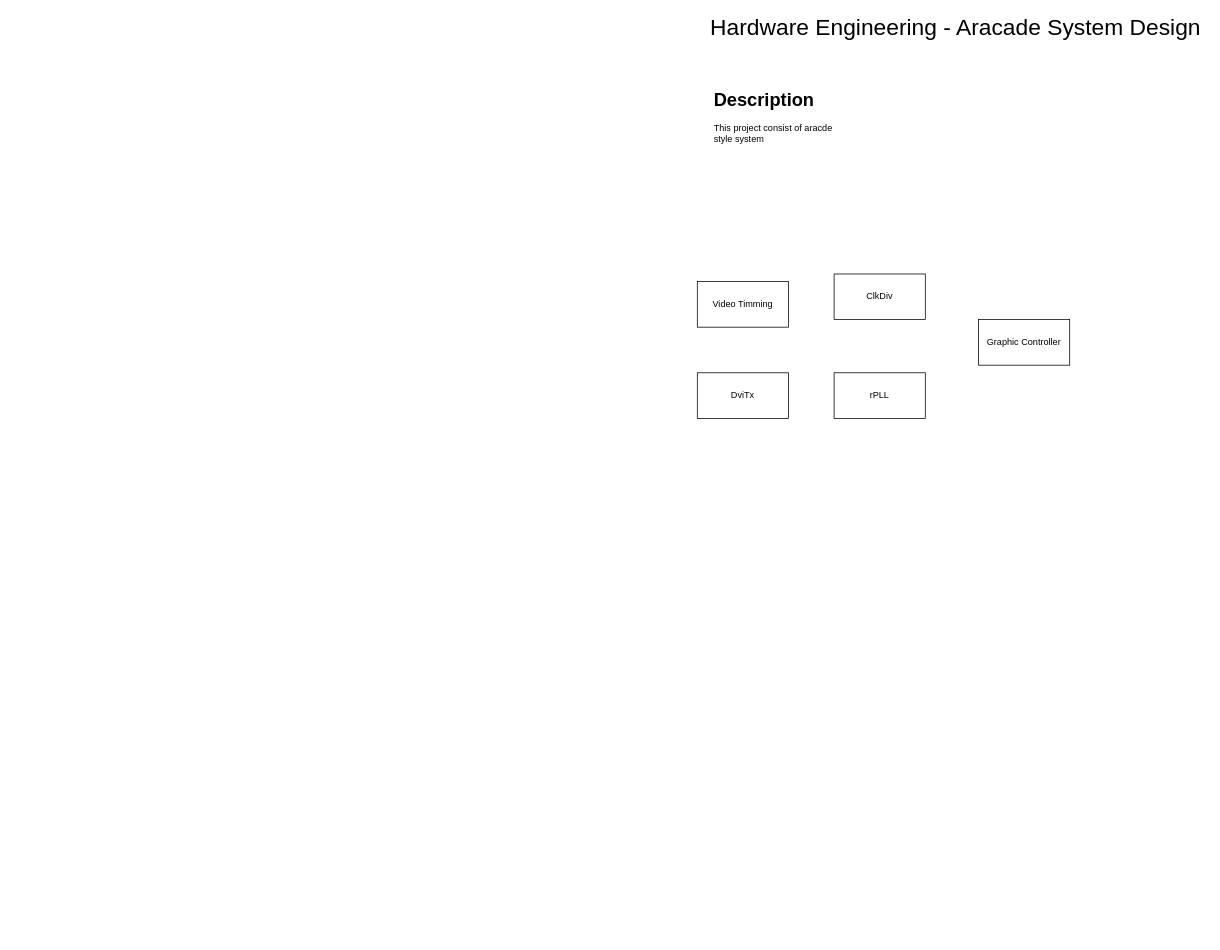
Earlier version of the draw.io diagram Arcade.drawio (brilliantnarlo/system-design-os). Source tidied: cells renumbered, new cells numbered last; positions are measured from the earlier drawing's top-left corner, leaving out a move shared by most shapes. Both pictures are drawn from the tidied source at 76%, with x=0, y=0 at pixel (697, 15).
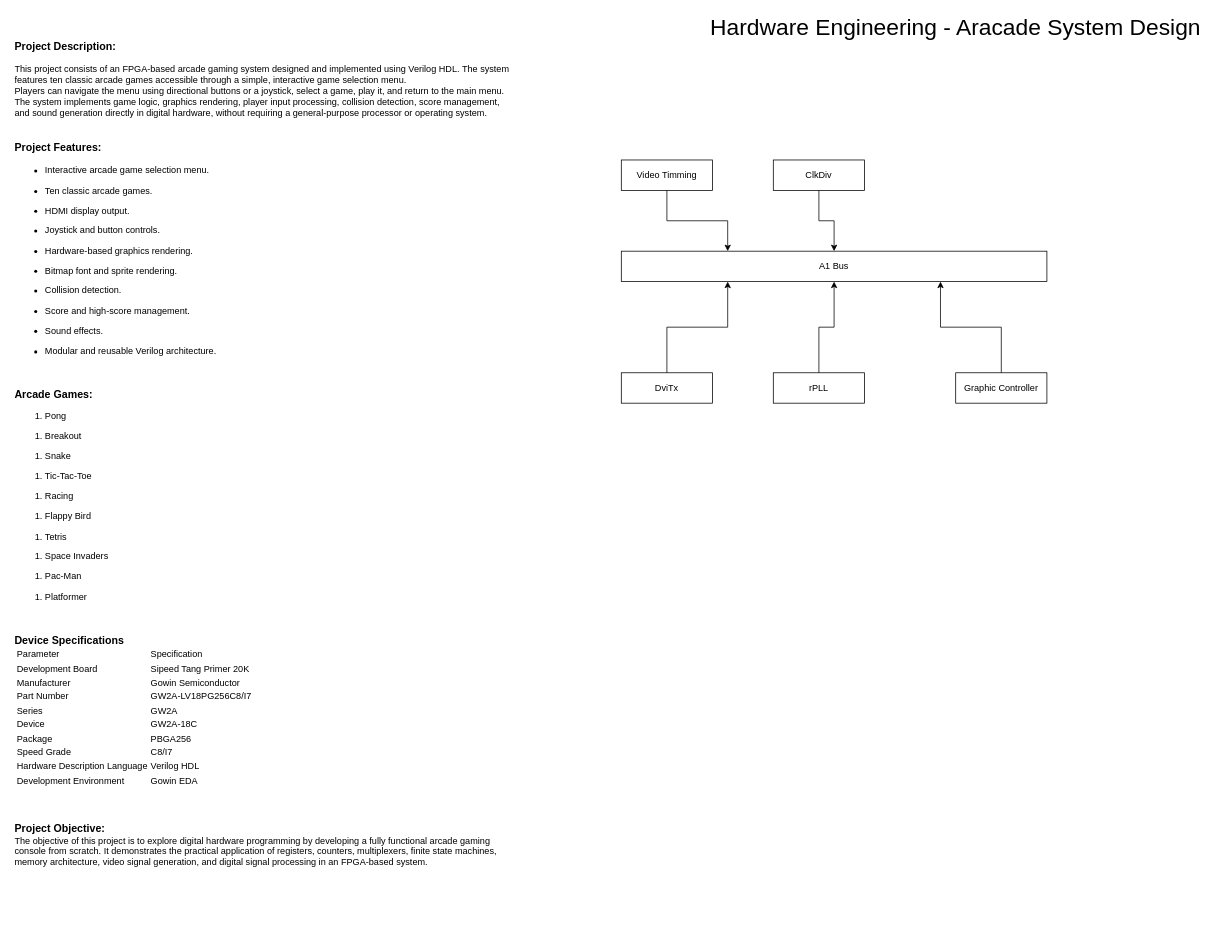
The same page after the edit.

The edit, as a diff of the source:
```diff
@@
 <mxGraphModel>
   <root>
     <mxCell id="0" />
     <mxCell id="1" parent="0" />
     <mxCell id="2" value="Hardware Engineering - Aracade System Design" style="text;html=1;whiteSpace=wrap;strokeColor=none;fillColor=none;align=center;verticalAlign=middle;rounded=0;fontSize=30;" parent="1" vertex="1">
       <mxGeometry x="10" width="660" height="30" as="geometry" />
     </mxCell>
-    <mxCell id="3" value="&lt;h1 style=&quot;margin-top: 0px;&quot;&gt;Description&lt;/h1&gt;&lt;p&gt;This project consist of aracde style system&lt;/p&gt;" style="text;html=1;whiteSpace=wrap;overflow=hidden;rounded=0;" parent="1" vertex="1">
-      <mxGeometry x="20" y="90" width="180" height="120" as="geometry" />
+    <mxCell id="3" value="&lt;h1 style=&quot;margin-top: 0px;&quot;&gt;&lt;/h1&gt;&lt;h3 style=&quot;margin-top: 0px;&quot;&gt;&lt;font face=&quot;Helvetica&quot;&gt;Project Description:&lt;/font&gt;&lt;/h3&gt;&lt;h4 style=&quot;margin-top: 0px;&quot;&gt;&lt;span style=&quot;font-weight: normal;&quot;&gt;&lt;font style=&quot;font-size: 12px;&quot; face=&quot;Helvetica&quot;&gt;This project consists of an FPGA-based arcade gaming system designed and implemented using Verilog HDL. The system features ten classic arcade games accessible through a simple, interactive game selection menu.&lt;br&gt;&lt;/font&gt;&lt;font style=&quot;font-size: 12px;&quot; face=&quot;Helvetica&quot;&gt;Players can navigate the menu using directional buttons or a joystick, select a game, play it, and return to the main menu.&lt;br&gt;&lt;/font&gt;&lt;font style=&quot;font-size: 12px;&quot; face=&quot;Helvetica&quot;&gt;The system implements game logic, graphics rendering, player input processing, collision detection, score management, and sound generation directly in digital hardware, without requiring a general-purpose processor or operating system.&lt;br&gt;&lt;/font&gt;&lt;font style=&quot;font-size: 12px;&quot; face=&quot;Helvetica&quot;&gt;&lt;br&gt;&lt;/font&gt;&lt;/span&gt;&lt;/h4&gt;&lt;h4 style=&quot;margin-top: 0px;&quot;&gt;&lt;/h4&gt;&lt;h3&gt;&lt;font style=&quot;font-size: 14px;&quot; face=&quot;Helvetica&quot;&gt;Project Features:&lt;/font&gt;&lt;/h3&gt;&lt;ul&gt;&lt;li&gt;&lt;font style=&quot;font-size: 12px; font-weight: normal;&quot; face=&quot;Helvetica&quot;&gt;Interactive arcade game selection menu.&lt;/font&gt;&lt;/li&gt;&lt;/ul&gt;&lt;ul&gt;&lt;li&gt;&lt;font style=&quot;font-size: 12px; font-weight: normal;&quot; face=&quot;Helvetica&quot;&gt;Ten classic arcade games.&lt;/font&gt;&lt;/li&gt;&lt;/ul&gt;&lt;ul&gt;&lt;li&gt;&lt;font style=&quot;font-size: 12px; font-weight: normal;&quot; face=&quot;Helvetica&quot;&gt;HDMI display output.&lt;/font&gt;&lt;/li&gt;&lt;/ul&gt;&lt;ul&gt;&lt;li&gt;&lt;font style=&quot;font-size: 12px; font-weight: normal;&quot; face=&quot;Helvetica&quot;&gt;Joystick and button controls.&lt;/font&gt;&lt;/li&gt;&lt;/ul&gt;&lt;ul&gt;&lt;li&gt;&lt;font style=&quot;font-size: 12px; font-weight: normal;&quot; face=&quot;Helvetica&quot;&gt;Hardware-based graphics rendering.&lt;/font&gt;&lt;/li&gt;&lt;/ul&gt;&lt;ul&gt;&lt;li&gt;&lt;font style=&quot;font-size: 12px; font-weight: normal;&quot; face=&quot;Helvetica&quot;&gt;Bitmap font and sprite rendering.&lt;/font&gt;&lt;/li&gt;&lt;/ul&gt;&lt;ul&gt;&lt;li&gt;&lt;font style=&quot;font-size: 12px; font-weight: normal;&quot; face=&quot;Helvetica&quot;&gt;Collision detection.&lt;/font&gt;&lt;/li&gt;&lt;/ul&gt;&lt;ul&gt;&lt;li&gt;&lt;font style=&quot;font-size: 12px; font-weight: normal;&quot; face=&quot;Helvetica&quot;&gt;Score and high-score management.&lt;/font&gt;&lt;/li&gt;&lt;/ul&gt;&lt;ul&gt;&lt;li&gt;&lt;font style=&quot;font-size: 12px; font-weight: normal;&quot; face=&quot;Helvetica&quot;&gt;Sound effects.&lt;/font&gt;&lt;/li&gt;&lt;/ul&gt;&lt;ul&gt;&lt;li&gt;&lt;font style=&quot;font-size: 12px; font-weight: normal;&quot; face=&quot;Helvetica&quot;&gt;Modular and reusable Verilog architecture.&lt;/font&gt;&lt;/li&gt;&lt;/ul&gt;&lt;font style=&quot;&quot; face=&quot;Helvetica&quot;&gt;&lt;h4 style=&quot;font-weight: normal; font-size: 12px; margin-top: 0px;&quot;&gt;&lt;font style=&quot;font-size: 12px; font-weight: normal;&quot; face=&quot;Helvetica&quot;&gt;&lt;br&gt;&lt;/font&gt;&lt;/h4&gt;&lt;font style=&quot;font-size: 14px;&quot;&gt;&lt;b&gt;Arcade Games:&lt;/b&gt;&lt;/font&gt;&lt;/font&gt;&lt;ol start=&quot;1&quot;&gt;&lt;li&gt;&lt;font style=&quot;font-size: 12px; font-weight: normal;&quot; face=&quot;Helvetica&quot;&gt;Pong&lt;/font&gt;&lt;/li&gt;&lt;/ol&gt;&lt;ol start=&quot;1&quot;&gt;&lt;li&gt;&lt;font style=&quot;font-size: 12px; font-weight: normal;&quot; face=&quot;Helvetica&quot;&gt;Breakout&lt;/font&gt;&lt;/li&gt;&lt;/ol&gt;&lt;ol start=&quot;1&quot;&gt;&lt;li&gt;&lt;font style=&quot;font-size: 12px; font-weight: normal;&quot; face=&quot;Helvetica&quot;&gt;Snake&lt;/font&gt;&lt;/li&gt;&lt;/ol&gt;&lt;ol start=&quot;1&quot;&gt;&lt;li&gt;&lt;font style=&quot;font-size: 12px; font-weight: normal;&quot; face=&quot;Helvetica&quot;&gt;Tic-Tac-Toe&lt;/font&gt;&lt;/li&gt;&lt;/ol&gt;&lt;ol start=&quot;1&quot;&gt;&lt;li&gt;&lt;font style=&quot;font-size: 12px; font-weight: normal;&quot; face=&quot;Helvetica&quot;&gt;Racing&lt;/font&gt;&lt;/li&gt;&lt;/ol&gt;&lt;ol start=&quot;1&quot;&gt;&lt;li&gt;&lt;font style=&quot;font-size: 12px; font-weight: normal;&quot; face=&quot;Helvetica&quot;&gt;Flappy Bird&lt;/font&gt;&lt;/li&gt;&lt;/ol&gt;&lt;ol start=&quot;1&quot;&gt;&lt;li&gt;&lt;font style=&quot;font-size: 12px; font-weight: normal;&quot; face=&quot;Helvetica&quot;&gt;Tetris&lt;/font&gt;&lt;/li&gt;&lt;/ol&gt;&lt;ol start=&quot;1&quot;&gt;&lt;li&gt;&lt;font style=&quot;font-size: 12px; font-weight: normal;&quot; face=&quot;Helvetica&quot;&gt;Space Invaders&lt;/font&gt;&lt;/li&gt;&lt;/ol&gt;&lt;ol start=&quot;1&quot;&gt;&lt;li&gt;&lt;font style=&quot;font-size: 12px; font-weight: normal;&quot; face=&quot;Helvetica&quot;&gt;Pac-Man&lt;/font&gt;&lt;/li&gt;&lt;/ol&gt;&lt;ol start=&quot;1&quot;&gt;&lt;li&gt;&lt;font style=&quot;font-size: 12px; font-weight: normal;&quot; face=&quot;Helvetica&quot;&gt;Platformer&lt;/font&gt;&lt;/li&gt;&lt;/ol&gt;&lt;font style=&quot;&quot; face=&quot;Helvetica&quot;&gt;&lt;h4 style=&quot;font-size: 12px; font-weight: normal; margin-top: 0px;&quot;&gt;&lt;font style=&quot;font-size: 12px; font-weight: normal;&quot; face=&quot;Helvetica&quot;&gt;&lt;br&gt;&lt;/font&gt;&lt;/h4&gt;&lt;b style=&quot;&quot;&gt;&lt;font style=&quot;font-size: 14px;&quot;&gt;Device Specifications&lt;/font&gt;&lt;/b&gt;&lt;/font&gt;&lt;table&gt;&lt;thead&gt;&lt;tr&gt;&lt;th&gt;&lt;font style=&quot;font-size: 12px; font-weight: normal;&quot; face=&quot;Helvetica&quot;&gt;Parameter&lt;/font&gt;&lt;/th&gt;&lt;th&gt;&lt;font style=&quot;font-size: 12px; font-weight: normal;&quot; face=&quot;Helvetica&quot;&gt;Specification&lt;/font&gt;&lt;/th&gt;&lt;/tr&gt;&lt;/thead&gt;&lt;tbody&gt;&lt;tr&gt;&lt;td&gt;&lt;font style=&quot;font-size: 12px; font-weight: normal;&quot; face=&quot;Helvetica&quot;&gt;Development Board&lt;/font&gt;&lt;/td&gt;&lt;td&gt;&lt;font style=&quot;font-size: 12px; font-weight: normal;&quot; face=&quot;Helvetica&quot;&gt;Sipeed Tang Primer 20K&lt;/font&gt;&lt;/td&gt;&lt;/tr&gt;&lt;tr&gt;&lt;td&gt;&lt;font style=&quot;font-size: 12px; font-weight: normal;&quot; face=&quot;Helvetica&quot;&gt;Manufacturer&lt;/font&gt;&lt;/td&gt;&lt;td&gt;&lt;font style=&quot;font-size: 12px; font-weight: normal;&quot; face=&quot;Helvetica&quot;&gt;Gowin Semiconductor&lt;/font&gt;&lt;/td&gt;&lt;/tr&gt;&lt;tr&gt;&lt;td&gt;&lt;font style=&quot;font-size: 12px; font-weight: normal;&quot; face=&quot;Helvetica&quot;&gt;Part Number&lt;/font&gt;&lt;/td&gt;&lt;td&gt;&lt;font style=&quot;font-size: 12px; font-weight: normal;&quot; face=&quot;Helvetica&quot;&gt;GW2A-LV18PG256C8/I7&lt;/font&gt;&lt;/td&gt;&lt;/tr&gt;&lt;tr&gt;&lt;td&gt;&lt;font style=&quot;font-size: 12px; font-weight: normal;&quot; face=&quot;Helvetica&quot;&gt;Series&lt;/font&gt;&lt;/td&gt;&lt;td&gt;&lt;font style=&quot;font-size: 12px; font-weight: normal;&quot; face=&quot;Helvetica&quot;&gt;GW2A&lt;/font&gt;&lt;/td&gt;&lt;/tr&gt;&lt;tr&gt;&lt;td&gt;&lt;font style=&quot;font-size: 12px; font-weight: normal;&quot; face=&quot;Helvetica&quot;&gt;Device&lt;/font&gt;&lt;/td&gt;&lt;td&gt;&lt;font style=&quot;font-size: 12px; font-weight: normal;&quot; face=&quot;Helvetica&quot;&gt;GW2A-18C&lt;/font&gt;&lt;/td&gt;&lt;/tr&gt;&lt;tr&gt;&lt;td&gt;&lt;font style=&quot;font-size: 12px; font-weight: normal;&quot; face=&quot;Helvetica&quot;&gt;Package&lt;/font&gt;&lt;/td&gt;&lt;td&gt;&lt;font style=&quot;font-size: 12px; font-weight: normal;&quot; face=&quot;Helvetica&quot;&gt;PBGA256&lt;/font&gt;&lt;/td&gt;&lt;/tr&gt;&lt;tr&gt;&lt;td&gt;&lt;font style=&quot;font-size: 12px; font-weight: normal;&quot; face=&quot;Helvetica&quot;&gt;Speed Grade&lt;/font&gt;&lt;/td&gt;&lt;td&gt;&lt;font style=&quot;font-size: 12px; font-weight: normal;&quot; face=&quot;Helvetica&quot;&gt;C8/I7&lt;/font&gt;&lt;/td&gt;&lt;/tr&gt;&lt;tr&gt;&lt;td&gt;&lt;font style=&quot;font-size: 12px; font-weight: normal;&quot; face=&quot;Helvetica&quot;&gt;Hardware Description Language&lt;/font&gt;&lt;/td&gt;&lt;td&gt;&lt;font style=&quot;font-size: 12px; font-weight: normal;&quot; face=&quot;Helvetica&quot;&gt;Verilog HDL&lt;/font&gt;&lt;/td&gt;&lt;/tr&gt;&lt;tr&gt;&lt;td&gt;&lt;font style=&quot;font-size: 12px; font-weight: normal;&quot; face=&quot;Helvetica&quot;&gt;Development Environment&lt;/font&gt;&lt;/td&gt;&lt;td&gt;&lt;font style=&quot;font-size: 12px; font-weight: normal;&quot; face=&quot;Helvetica&quot;&gt;Gowin EDA&lt;/font&gt;&lt;/td&gt;&lt;/tr&gt;&lt;/tbody&gt;&lt;/table&gt;&lt;span style=&quot;font-weight: normal;&quot;&gt;&lt;font style=&quot;font-size: 12px;&quot; face=&quot;Helvetica&quot;&gt;&lt;br&gt;&lt;/font&gt;&lt;/span&gt;&lt;h4 style=&quot;margin-top: 0px;&quot;&gt;&lt;span style=&quot;font-weight: normal;&quot;&gt;&lt;font style=&quot;font-size: 12px;&quot; face=&quot;Helvetica&quot;&gt;&lt;br&gt;&lt;/font&gt;&lt;/span&gt;&lt;/h4&gt;&lt;h4 style=&quot;margin-top: 0px;&quot;&gt;&lt;font style=&quot;&quot; face=&quot;Helvetica&quot;&gt;&lt;font style=&quot;font-size: 14px;&quot;&gt;Project Objective:&lt;/font&gt;&lt;br&gt;&lt;/font&gt;&lt;font style=&quot;font-weight: normal; font-size: 12px;&quot; face=&quot;Helvetica&quot;&gt;The objective of this project is to explore digital hardware programming by developing a fully functional arcade gaming console from scratch. It demonstrates the practical application of registers, counters, multiplexers, finite state machines, memory architecture, video signal generation, and digital signal processing in an FPGA-based system.&lt;/font&gt;&lt;/h4&gt;" style="text;html=1;whiteSpace=wrap;overflow=hidden;rounded=0;" parent="1" vertex="1">
+      <mxGeometry x="-900" y="10" width="660" height="1200" as="geometry" />
     </mxCell>
     <mxCell id="4" value="Video Timming" style="rounded=0;whiteSpace=wrap;html=1;" parent="1" vertex="1">
-      <mxGeometry y="350" width="120" height="60" as="geometry" />
+      <mxGeometry x="-100" y="190" width="120" height="40" as="geometry" />
     </mxCell>
     <mxCell id="5" value="DviTx" style="rounded=0;whiteSpace=wrap;html=1;" parent="1" vertex="1">
-      <mxGeometry y="470" width="120" height="60" as="geometry" />
+      <mxGeometry x="-100" y="470" width="120" height="40" as="geometry" />
     </mxCell>
     <mxCell id="6" value="ClkDiv" style="rounded=0;whiteSpace=wrap;html=1;" parent="1" vertex="1">
-      <mxGeometry x="180" y="340" width="120" height="60" as="geometry" />
+      <mxGeometry x="100" y="190" width="120" height="40" as="geometry" />
     </mxCell>
     <mxCell id="7" value="rPLL" style="rounded=0;whiteSpace=wrap;html=1;" parent="1" vertex="1">
-      <mxGeometry x="180" y="470" width="120" height="60" as="geometry" />
+      <mxGeometry x="100" y="470" width="120" height="40" as="geometry" />
     </mxCell>
     <mxCell id="8" value="Graphic Controller" style="rounded=0;whiteSpace=wrap;html=1;" parent="1" vertex="1">
-      <mxGeometry x="370" y="400" width="120" height="60" as="geometry" />
+      <mxGeometry x="340" y="470" width="120" height="40" as="geometry" />
     </mxCell>
+    <mxCell id="9" value="A1 Bus" style="rounded=0;whiteSpace=wrap;html=1;" parent="1" vertex="1">
+      <mxGeometry x="-100" y="310" width="560" height="40" as="geometry" />
+    </mxCell>
+    <mxCell id="10" style="endArrow=classic;html=1;rounded=0;defaultLabelBackgroundColor=page;labelPadding=0 4;exitX=0.5;exitY=1;exitDx=0;exitDy=0;entryX=0.25;entryY=0;entryDx=0;entryDy=0;edgeStyle=orthogonalEdgeStyle;" parent="1" edge="1" source="4" target="9">
+      <mxGeometry relative="1" as="geometry" />
+    </mxCell>
+    <mxCell id="11" style="endArrow=classic;html=1;rounded=0;defaultLabelBackgroundColor=page;labelPadding=0 4;exitX=0.5;exitY=1;exitDx=0;exitDy=0;entryX=0.5;entryY=0;entryDx=0;entryDy=0;edgeStyle=orthogonalEdgeStyle;" parent="1" edge="1" source="6" target="9">
+      <mxGeometry relative="1" as="geometry" />
+    </mxCell>
+    <mxCell id="12" style="endArrow=classic;html=1;rounded=0;defaultLabelBackgroundColor=page;labelPadding=0 4;exitX=0.5;exitY=0;exitDx=0;exitDy=0;entryX=0.25;entryY=1;entryDx=0;entryDy=0;edgeStyle=orthogonalEdgeStyle;" parent="1" edge="1" source="5" target="9">
+      <mxGeometry relative="1" as="geometry" />
+    </mxCell>
+    <mxCell id="13" style="endArrow=classic;html=1;rounded=0;defaultLabelBackgroundColor=page;labelPadding=0 4;exitX=0.5;exitY=0;exitDx=0;exitDy=0;entryX=0.5;entryY=1;entryDx=0;entryDy=0;edgeStyle=orthogonalEdgeStyle;" parent="1" edge="1" source="7" target="9">
+      <mxGeometry relative="1" as="geometry" />
+    </mxCell>
+    <mxCell id="14" style="endArrow=classic;html=1;rounded=0;defaultLabelBackgroundColor=page;labelPadding=0 4;exitX=0.5;exitY=0;exitDx=0;exitDy=0;entryX=0.75;entryY=1;entryDx=0;entryDy=0;edgeStyle=orthogonalEdgeStyle;" parent="1" edge="1" source="8" target="9">
+      <mxGeometry relative="1" as="geometry" />
+    </mxCell>
   </root>
 </mxGraphModel>
```
